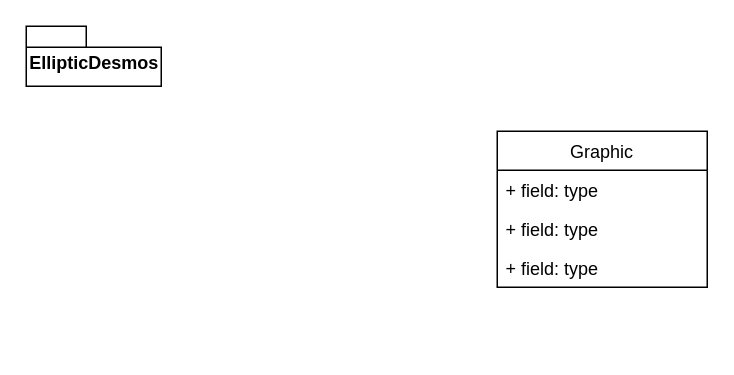
The draw.io diagram page "InterfaceGraphique" (1 of 3) of Untitled Diagram.drawio in 0xtter/ExplorateurElliptique, before the edit. Source tidied: cells renumbered, new cells numbered last; positions are measured from the earlier drawing's top-left corner, leaving out a move shared by most shapes. Both pictures are drawn from the tidied source at 150%, with x=0, y=0 at pixel (26, 26).
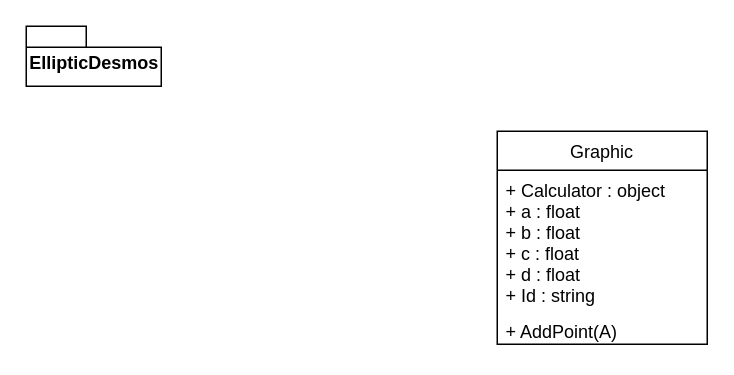
The same diagram, later.

Change to the diagram source:
```diff
@@
 <mxGraphModel>
   <root>
     <mxCell id="0" />
     <mxCell id="1" parent="0" />
     <mxCell id="2" value="EllipticDesmos" style="shape=folder;fontStyle=1;spacingTop=10;tabWidth=40;tabHeight=14;tabPosition=left;html=1;" parent="1" vertex="1">
       <mxGeometry width="90" height="40" as="geometry" />
     </mxCell>
     <mxCell id="3" value="Graphic" style="swimlane;fontStyle=0;horizontal=1;startSize=26;fillColor=none;" parent="1" vertex="1">
-      <mxGeometry x="314" y="70" width="140" height="104" as="geometry" />
+      <mxGeometry x="314" y="70" width="140" height="142" as="geometry" />
     </mxCell>
-    <mxCell id="4" value="+ field: type" style="text;strokeColor=none;fillColor=none;align=left;verticalAlign=top;spacingLeft=4;spacingRight=4;overflow=hidden;" parent="3" vertex="1">
-      <mxGeometry y="26" width="140" height="26" as="geometry" />
+    <mxCell id="4" value="+ Calculator : object&#10;+ a : float&#10;+ b : float&#10;+ c : float&#10;+ d : float&#10;+ Id : string" style="text;strokeColor=none;fillColor=none;align=left;verticalAlign=top;spacingLeft=4;spacingRight=4;overflow=hidden;" parent="3" vertex="1">
+      <mxGeometry y="26" width="140" height="94" as="geometry" />
     </mxCell>
-    <mxCell id="5" value="+ field: type" style="text;strokeColor=none;fillColor=none;align=left;verticalAlign=top;spacingLeft=4;spacingRight=4;overflow=hidden;" parent="3" vertex="1">
-      <mxGeometry y="52" width="140" height="26" as="geometry" />
+    <mxCell id="5" value="+ AddPoint(A) " style="text;strokeColor=none;fillColor=none;align=left;verticalAlign=top;spacingLeft=4;spacingRight=4;overflow=hidden;sketch=0;gradientColor=#B3FF66;rounded=0;glass=0;absoluteArcSize=0;" parent="3" vertex="1">
+      <mxGeometry y="120" width="140" height="22" as="geometry" />
     </mxCell>
-    <mxCell id="6" value="+ field: type" style="text;strokeColor=none;fillColor=none;align=left;verticalAlign=top;spacingLeft=4;spacingRight=4;overflow=hidden;" parent="3" vertex="1">
-      <mxGeometry y="78" width="140" height="26" as="geometry" />
-    </mxCell>
   </root>
 </mxGraphModel>
```
